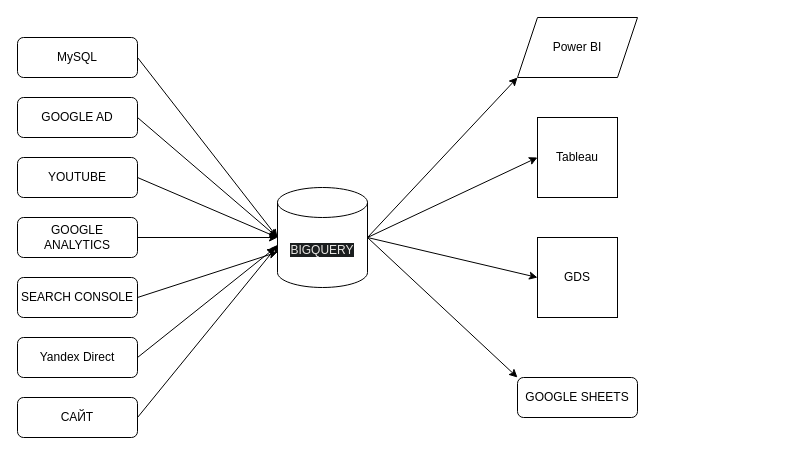
alexeysorokinkg/hello-world-samovar keeps this draw.io diagram as Untitled Diagram.drawio. Above is the earlier version. Source tidied: cells renumbered, new cells numbered last; positions are measured from the earlier drawing's top-left corner, leaving out a move shared by most shapes. Both pictures are drawn from the tidied source at 100%, with x=0, y=0 at pixel (17, 17).
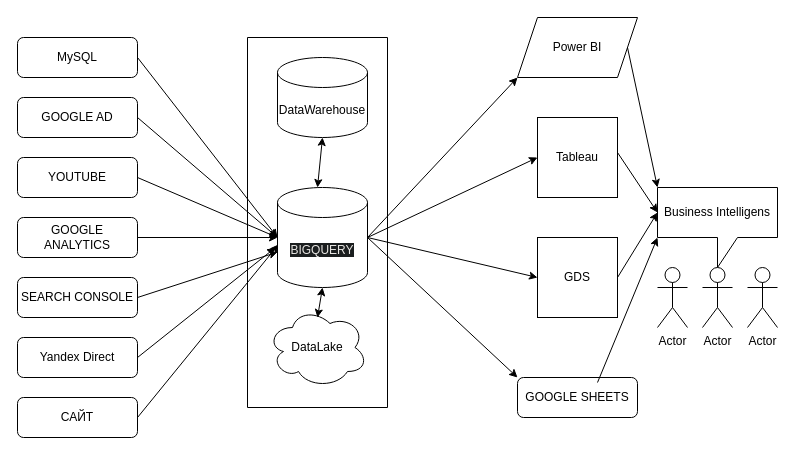
After the change.

The change refers to these unchanged cells:
```xml
<mxCell id="12" value="&#10;&#10;&lt;span style=&quot;color: rgb(232, 230, 227); font-family: helvetica; font-size: 12px; font-style: normal; font-weight: 400; letter-spacing: normal; text-align: center; text-indent: 0px; text-transform: none; word-spacing: 0px; background-color: rgb(27, 30, 31); display: inline; float: none;&quot;&gt;BIGQUERY&lt;/span&gt;&#10;&#10;" style="shape=cylinder3;whiteSpace=wrap;html=1;boundedLbl=1;backgroundOutline=1;size=15;" parent="1" vertex="1">
  <mxGeometry x="260" y="170" width="90" height="100" as="geometry" />
</mxCell>
```

Change to the diagram source:
```diff
@@
+    <mxCell id="26" value="Business Intelligens" style="shape=callout;whiteSpace=wrap;html=1;perimeter=calloutPerimeter;" parent="1" vertex="1">
+      <mxGeometry x="640" y="170" width="120" height="80" as="geometry" />
+    </mxCell>
+    <mxCell id="27" value="DataLake&lt;br&gt;" style="ellipse;shape=cloud;whiteSpace=wrap;html=1;" parent="1" vertex="1">
+      <mxGeometry x="250" y="290" width="100" height="80" as="geometry" />
+    </mxCell>
+    <mxCell id="28" style="swimlane;startSize=0;" parent="1" vertex="1">
+      <mxGeometry x="230" y="20" width="140" height="370" as="geometry" />
+    </mxCell>
+    <mxCell id="29" value="DataWarehouse" style="shape=cylinder3;whiteSpace=wrap;html=1;boundedLbl=1;backgroundOutline=1;size=15;" parent="28" vertex="1">
+      <mxGeometry x="30" y="20" width="90" height="80" as="geometry" />
+    </mxCell>
+    <mxCell id="30" style="endArrow=classic;startArrow=classic;html=1;entryX=0.5;entryY=1;entryDx=0;entryDy=0;entryPerimeter=0;" parent="1" edge="1" target="12">
+      <mxGeometry relative="1" as="geometry">
+        <mxPoint x="300" y="300" as="sourcePoint" />
+      </mxGeometry>
+    </mxCell>
+    <mxCell id="31" style="endArrow=classic;startArrow=classic;html=1;entryX=0.5;entryY=1;entryDx=0;entryDy=0;entryPerimeter=0;" parent="1" edge="1" target="29">
+      <mxGeometry relative="1" as="geometry">
+        <mxPoint x="300" y="170" as="sourcePoint" />
+      </mxGeometry>
+    </mxCell>
+    <mxCell id="32" value="Actor" style="shape=umlActor;verticalLabelPosition=bottom;verticalAlign=top;html=1;" parent="1" vertex="1">
+      <mxGeometry x="685" y="250" width="30" height="60" as="geometry" />
+    </mxCell>
+    <mxCell id="33" value="Actor" style="shape=umlActor;verticalLabelPosition=bottom;verticalAlign=top;html=1;" parent="1" vertex="1">
+      <mxGeometry x="730" y="250" width="30" height="60" as="geometry" />
+    </mxCell>
+    <mxCell id="34" value="Actor" style="shape=umlActor;verticalLabelPosition=bottom;verticalAlign=top;html=1;" parent="1" vertex="1">
+      <mxGeometry x="640" y="250" width="30" height="60" as="geometry" />
+    </mxCell>
+    <mxCell id="35" style="endArrow=classic;html=1;entryX=0;entryY=0;entryDx=0;entryDy=0;entryPerimeter=0;" parent="1" edge="1" target="26">
+      <mxGeometry relative="1" as="geometry">
+        <mxPoint x="610" y="30" as="sourcePoint" />
+      </mxGeometry>
+    </mxCell>
+    <mxCell id="36" style="endArrow=classic;html=1;entryX=0;entryY=0;entryDx=0;entryDy=25;entryPerimeter=0;" parent="1" edge="1" target="26">
+      <mxGeometry relative="1" as="geometry">
+        <mxPoint x="600" y="135" as="sourcePoint" />
+      </mxGeometry>
+    </mxCell>
+    <mxCell id="37" style="endArrow=classic;html=1;entryX=0;entryY=0;entryDx=0;entryDy=25;entryPerimeter=0;" parent="1" edge="1" target="26">
+      <mxGeometry relative="1" as="geometry">
+        <mxPoint x="600" y="260" as="sourcePoint" />
+      </mxGeometry>
+    </mxCell>
+    <mxCell id="38" style="endArrow=classic;html=1;entryX=0;entryY=0;entryDx=0;entryDy=50;entryPerimeter=0;" parent="1" edge="1" target="26">
+      <mxGeometry relative="1" as="geometry">
+        <mxPoint x="580" y="365" as="sourcePoint" />
+      </mxGeometry>
+    </mxCell>
```
